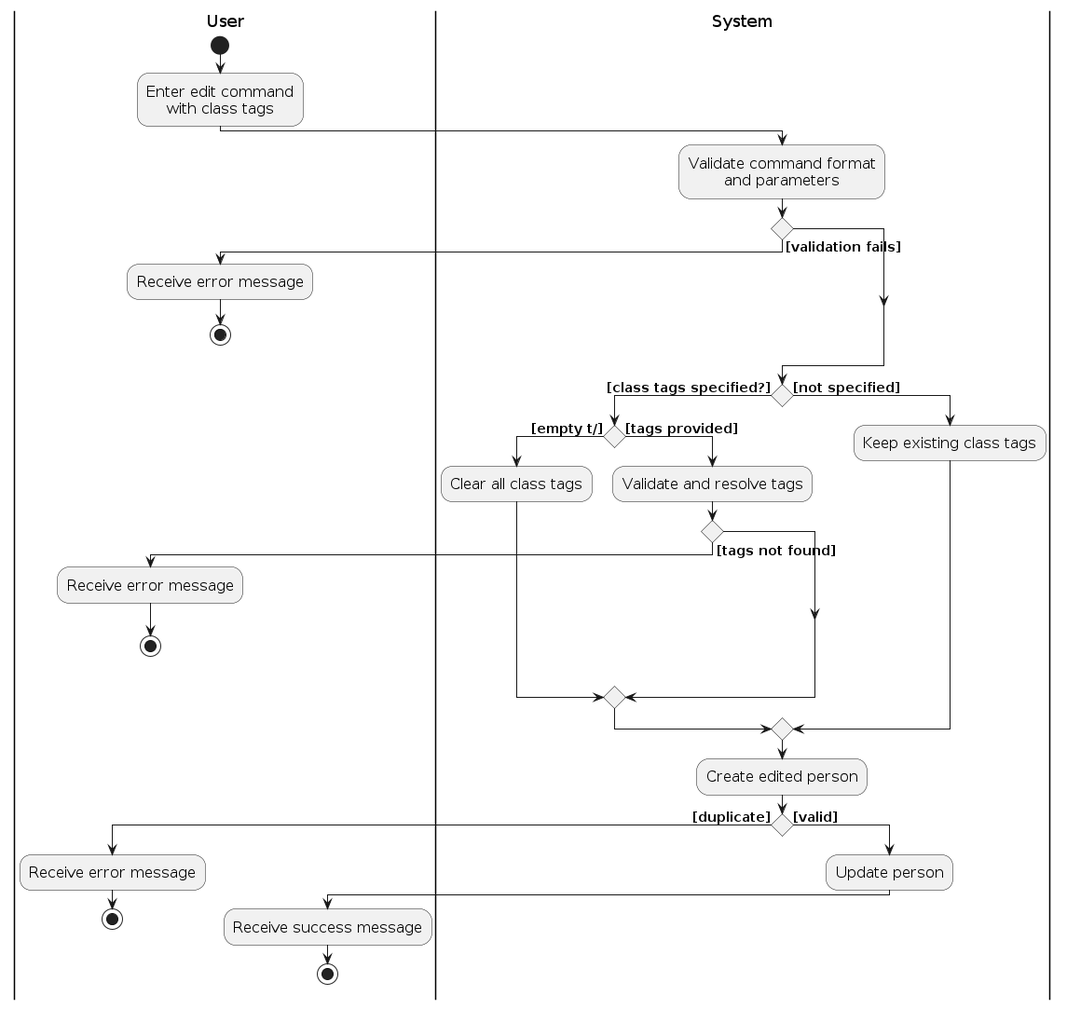
Earlier version of the PlantUML export diagrams/EditClassTagOfExistingStudentActivityDiagram.png (eesyuen09/tp). Its source is kept beside it as diagrams/EditClassTagOfExistingStudentActivityDiagram.puml.
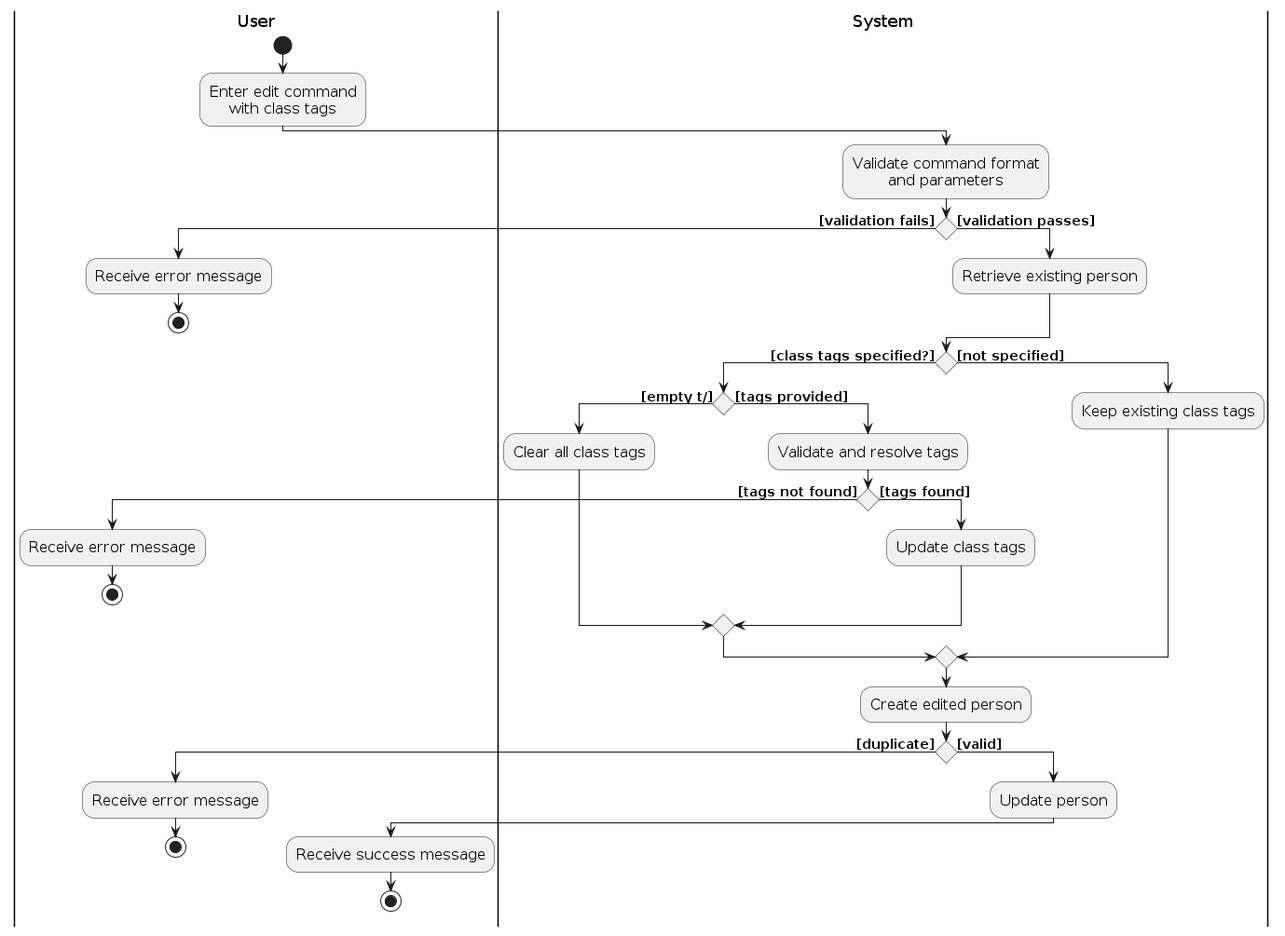
Later version of the same file.

Diff of the diagram source:
```diff
@@ -18,6 +18,9 @@
     |User|
     :Receive error message;
     stop
+else ([validation passes])
+    |System|
+    :Retrieve existing person;
 endif
 
 |System|
@@ -30,6 +33,9 @@
             |User|
             :Receive error message;
             stop
+        else ([tags found])
+            |System|
+            :Update class tags;
         endif
     endif
 else ([not specified])
```
